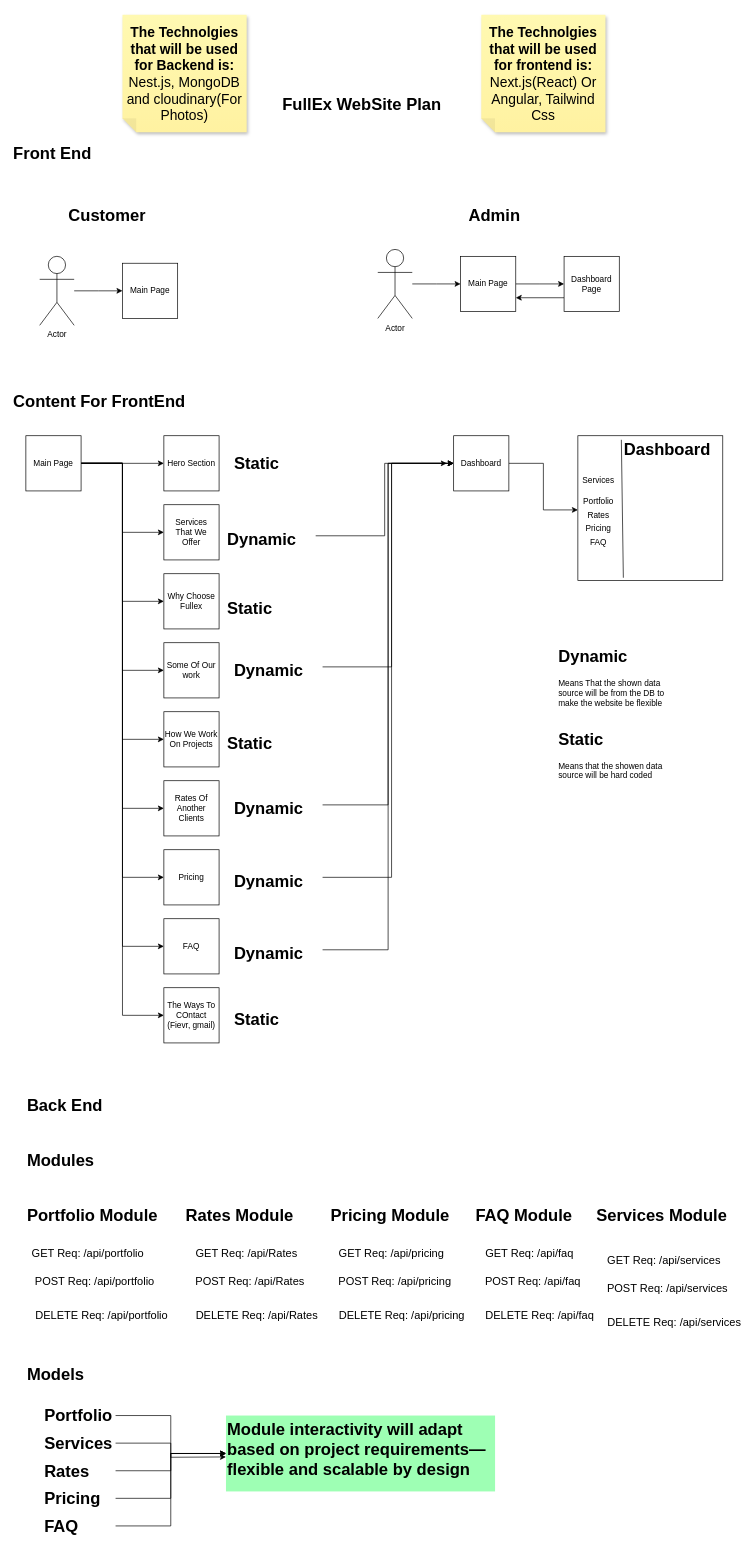
Earlier version of the draw.io diagram fullex.drawio (Fullex1/Fullex). Source tidied: cells renumbered, new cells numbered last; positions are measured from the earlier drawing's top-left corner, leaving out a move shared by most shapes. Both pictures are drawn from the tidied source at 69%, with x=0, y=0 at pixel (12, 14).
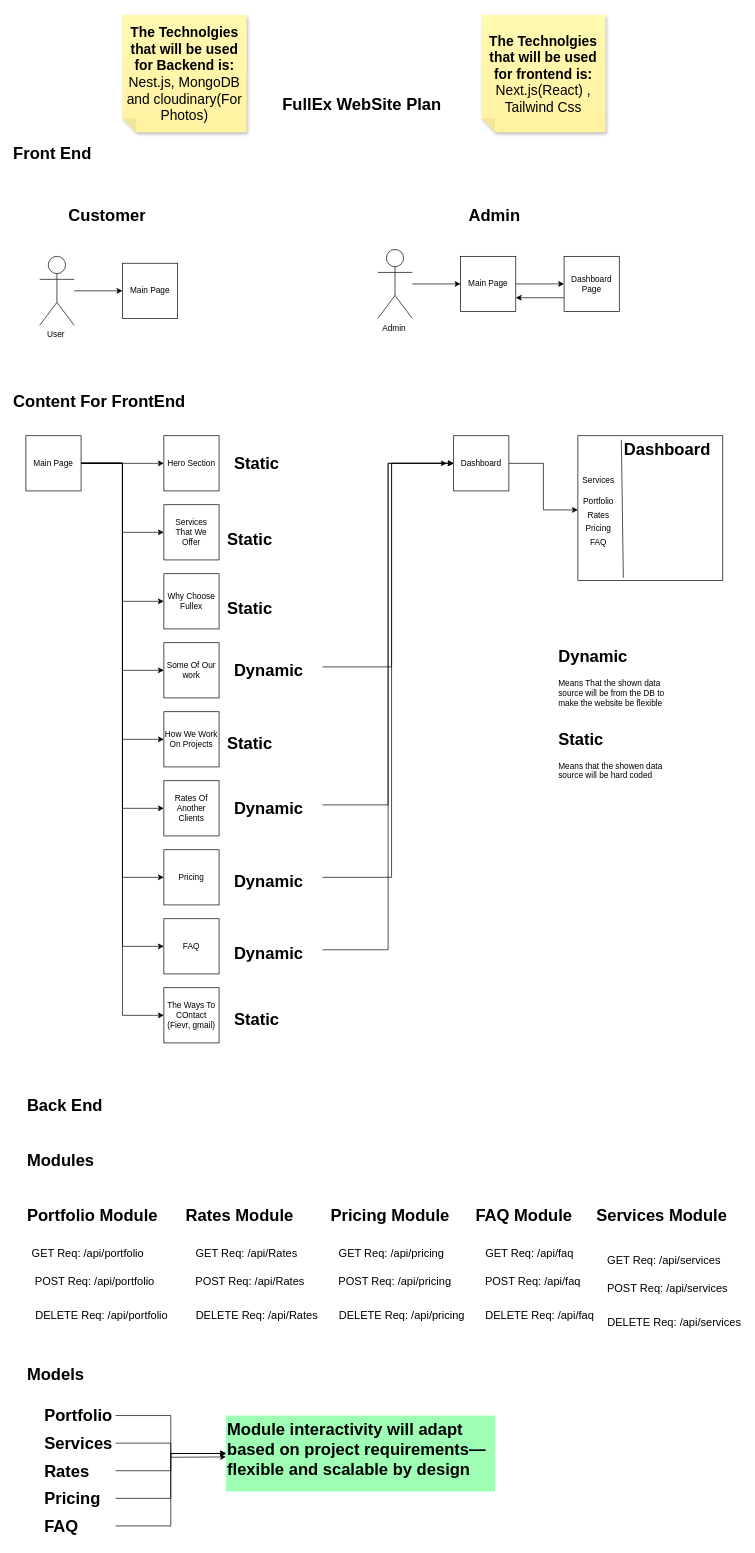
The same diagram, later.

Unchanged cells that the change refers to:
```xml
<mxCell id="36" value="Dashboard" style="whiteSpace=wrap;html=1;" parent="1" vertex="1">
  <mxGeometry x="640" y="610" width="80" height="80" as="geometry" />
</mxCell>
```

Change to the diagram source:
```diff
@@
-    <mxCell id="5" value="Actor" style="shape=umlActor;verticalLabelPosition=bottom;verticalAlign=top;html=1;outlineConnect=0;" parent="1" vertex="1">
+    <mxCell id="5" value="User&amp;nbsp;" style="shape=umlActor;verticalLabelPosition=bottom;verticalAlign=top;html=1;outlineConnect=0;" parent="1" vertex="1">
       <mxGeometry x="40" y="350" width="50" height="100" as="geometry" />
     </mxCell>
@@
-    <mxCell id="9" value="Actor" style="shape=umlActor;verticalLabelPosition=bottom;verticalAlign=top;html=1;outlineConnect=0;" parent="1" vertex="1">
+    <mxCell id="9" value="Admin&amp;nbsp;" style="shape=umlActor;verticalLabelPosition=bottom;verticalAlign=top;html=1;outlineConnect=0;" parent="1" vertex="1">
       <mxGeometry x="530" y="340" width="50" height="100" as="geometry" />
     </mxCell>
@@
-    <mxCell id="48" style="edgeStyle=orthogonalEdgeStyle;rounded=0;jettySize=auto;html=1;entryX=0;entryY=0.5;entryDx=0;entryDy=0;" parent="1" edge="1" source="49" target="36">
-      <mxGeometry relative="1" as="geometry" />
-    </mxCell>
-    <mxCell id="49" value="&lt;h1 style=&quot;margin-top: 0px;&quot;&gt;&lt;span style=&quot;background-color: transparent; color: light-dark(rgb(0, 0, 0), rgb(255, 255, 255));&quot;&gt;Dynamic&lt;/span&gt;&lt;/h1&gt;" style="text;html=1;whiteSpace=wrap;overflow=hidden;rounded=0;" parent="1" vertex="1">
+    <mxCell id="49" value="&lt;h1 style=&quot;margin-top: 0px;&quot;&gt;&lt;span style=&quot;background-color: transparent; color: light-dark(rgb(0, 0, 0), rgb(255, 255, 255));&quot;&gt;Static&lt;/span&gt;&lt;/h1&gt;" style="text;html=1;whiteSpace=wrap;overflow=hidden;rounded=0;" parent="1" vertex="1">
       <mxGeometry x="310" y="740" width="130" height="30" as="geometry" />
     </mxCell>
@@
-    <mxCell id="62" value="&lt;span style=&quot;font-size: 20px;&quot;&gt;&lt;b&gt;The Technolgies that will be used for frontend is:&lt;/b&gt;&lt;/span&gt;&lt;div&gt;&lt;span style=&quot;font-size: 20px;&quot;&gt;Next.js(React) Or Angular, Tailwind Css&lt;/span&gt;&lt;/div&gt;" style="shape=note;whiteSpace=wrap;html=1;backgroundOutline=1;fontColor=#000000;darkOpacity=0.05;fillColor=#FFF9B2;strokeColor=none;fillStyle=solid;direction=west;gradientDirection=north;gradientColor=#FFF2A1;shadow=1;size=20;" parent="1" vertex="1">
+    <mxCell id="62" value="&lt;span style=&quot;font-size: 20px;&quot;&gt;&lt;b&gt;The Technolgies that will be used for frontend is:&lt;/b&gt;&lt;/span&gt;&lt;div&gt;&lt;span style=&quot;font-size: 20px;&quot;&gt;Next.js(React) , Tailwind Css&lt;/span&gt;&lt;/div&gt;" style="shape=note;whiteSpace=wrap;html=1;backgroundOutline=1;fontColor=#000000;darkOpacity=0.05;fillColor=#FFF9B2;strokeColor=none;fillStyle=solid;direction=west;gradientDirection=north;gradientColor=#FFF2A1;shadow=1;size=20;" parent="1" vertex="1">
       <mxGeometry x="680" width="180" height="170" as="geometry" />
     </mxCell>
```
